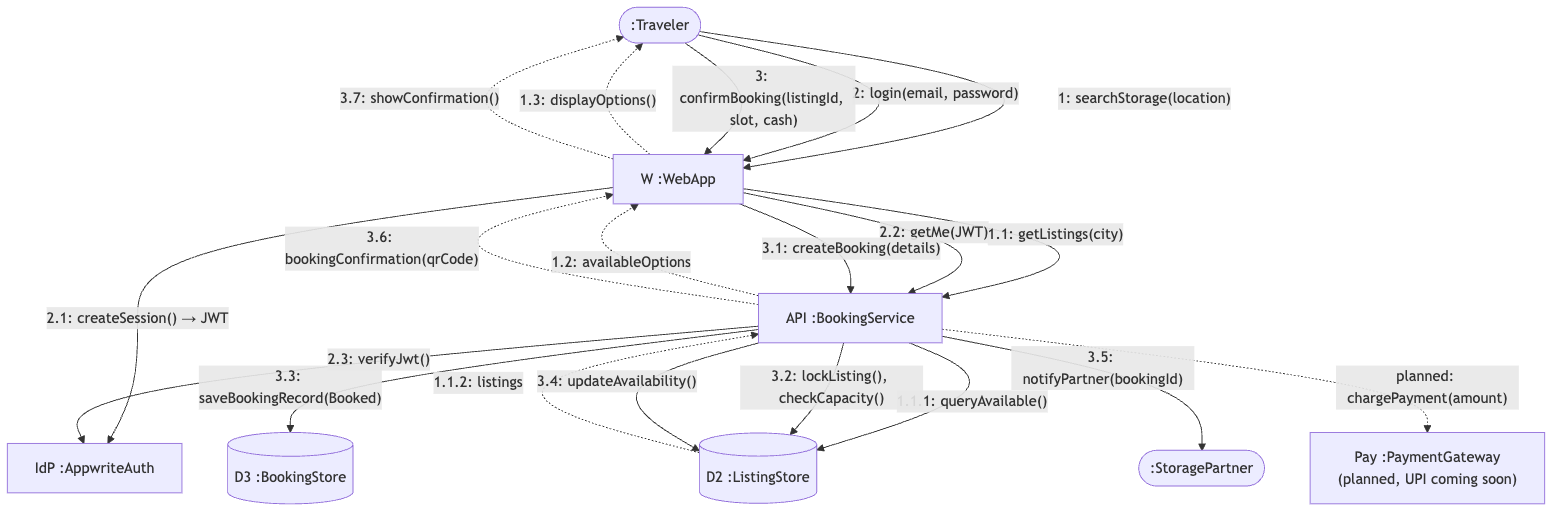
This is assets/collaboration-diagram.png from ISHANT-M/Potli, a Mermaid export, as it was before one commit. Its source is kept beside it as assets/collaboration-diagram.mmd.
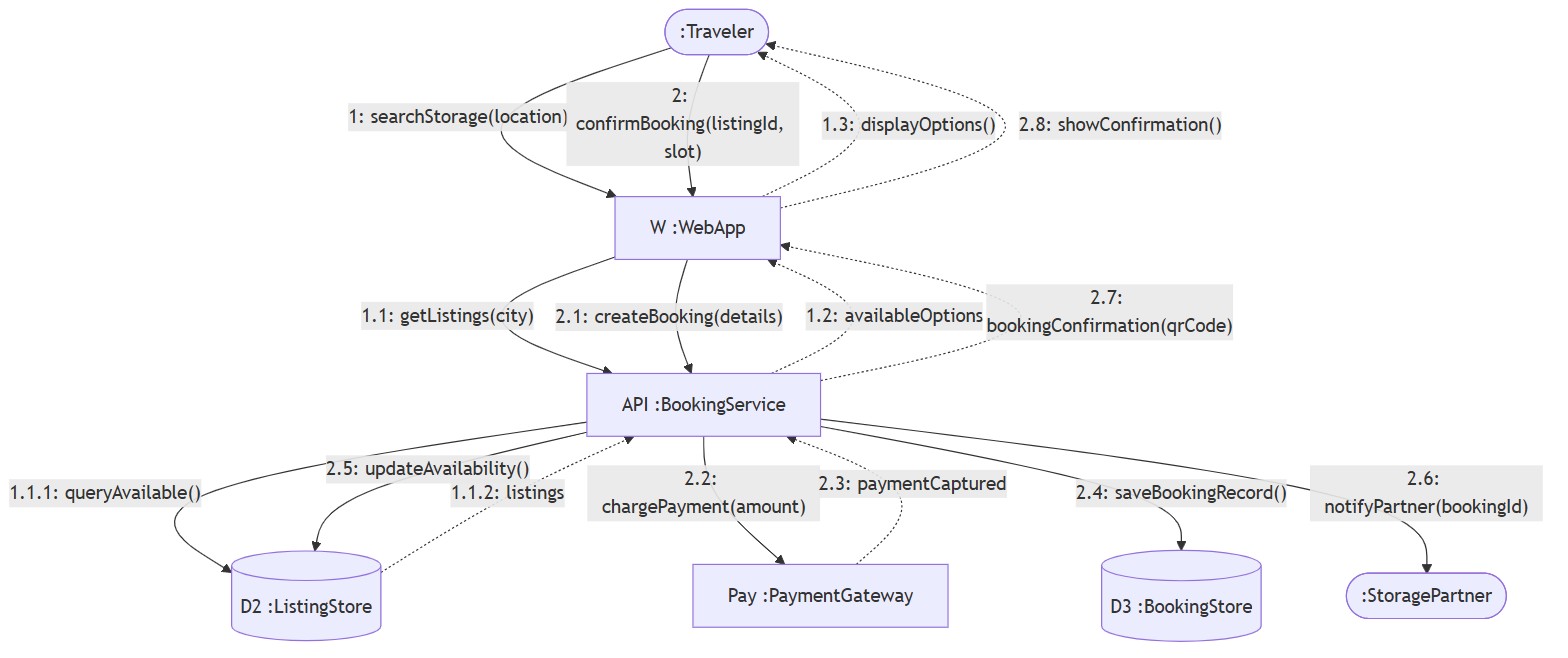
The same diagram one commit later.

Change to the diagram source:
```diff
@@ -2,10 +2,9 @@
     T([":Traveler"])
     W["W :WebApp"]
     API["API :BookingService"]
-    IdP["IdP :AppwriteAuth"]
     LDB[("D2 :ListingStore")]
     BDB[("D3 :BookingStore")]
-    Pay["Pay :PaymentGateway<br/>(planned, UPI coming soon)"]
+    Pay["Pay :PaymentGateway"]
     P([":StoragePartner"])
 
     T -- "1: searchStorage(location)" --> W
@@ -15,17 +14,12 @@
     API -. "1.2: availableOptions" .-> W
     W -. "1.3: displayOptions()" .-> T
 
-    T -- "2: login(email, password)" --> W
-    W -- "2.1: createSession() → JWT" --> IdP
-    W -- "2.2: getMe(JWT)" --> API
-    API -- "2.3: verifyJwt()" --> IdP
-
-    T -- "3: confirmBooking(listingId, slot, cash)" --> W
-    W -- "3.1: createBooking(details)" --> API
-    API -- "3.2: lockListing(), checkCapacity()" --> LDB
-    API -- "3.3: saveBookingRecord(Booked)" --> BDB
-    API -- "3.4: updateAvailability()" --> LDB
-    API -- "3.5: notifyPartner(bookingId)" --> P
-    API -. "3.6: bookingConfirmation(qrCode)" .-> W
-    W -. "3.7: showConfirmation()" .-> T
-    API -. "planned: chargePayment(amount)" .-> Pay
+    T -- "2: confirmBooking(listingId, slot)" --> W
+    W -- "2.1: createBooking(details)" --> API
+    API -- "2.2: chargePayment(amount)" --> Pay
+    Pay -. "2.3: paymentCaptured" .-> API
+    API -- "2.4: saveBookingRecord()" --> BDB
+    API -- "2.5: updateAvailability()" --> LDB
+    API -- "2.6: notifyPartner(bookingId)" --> P
+    API -. "2.7: bookingConfirmation(qrCode)" .-> W
+    W -. "2.8: showConfirmation()" .-> T
```
